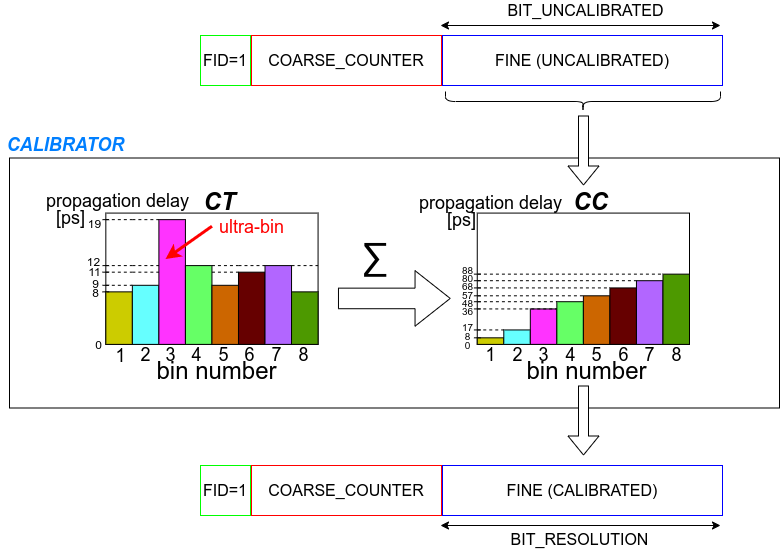
Before: 3.Main-Work/images/calibrator.png, a diagram exported from draw.io (mconsonni96/Tesi). Source tidied: cells renumbered, new cells last; positions are measured from the earlier drawing's top-left corner, leaving out a move shared by most shapes.
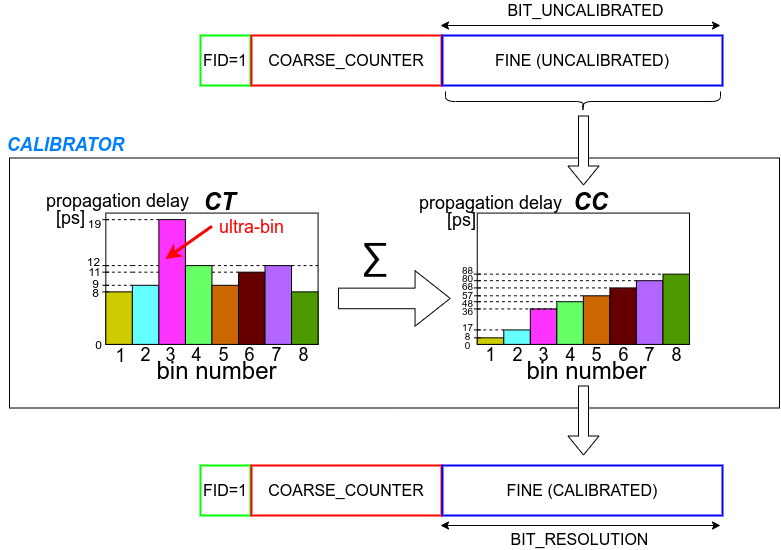
Later version of the same file.

Diff of the diagram source:
```diff
@@ -386,13 +386,13 @@
     <mxCell id="96" value="&lt;font style=&quot;font-size: 18px&quot; color=&quot;#007fff&quot;&gt;&lt;b&gt;&lt;i&gt;CALIBRATOR&lt;/i&gt;&lt;/b&gt;&lt;/font&gt;" style="text;html=1;align=center;verticalAlign=middle;fillColor=none;strokeColor=none;rounded=0;" parent="1" vertex="1">
       <mxGeometry y="172" width="130" height="20" as="geometry" />
     </mxCell>
-    <mxCell id="97" value="&lt;font style=&quot;font-size: 16px&quot; color=&quot;#000000&quot;&gt;FID=1&lt;/font&gt;" style="whiteSpace=wrap;html=1;fontSize=18;fontColor=#ffffff;strokeColor=#00FF00;fillColor=none;" parent="1" vertex="1">
+    <mxCell id="97" value="&lt;font style=&quot;font-size: 16px&quot; color=&quot;#000000&quot;&gt;FID=1&lt;/font&gt;" style="whiteSpace=wrap;html=1;fontSize=18;fontColor=#ffffff;strokeColor=#00FF00;fillColor=none;strokeWidth=2;" parent="1" vertex="1">
       <mxGeometry x="200" y="72" width="50" height="50" as="geometry" />
     </mxCell>
-    <mxCell id="98" value="&lt;font style=&quot;font-size: 16px&quot; color=&quot;#000000&quot;&gt;COARSE_COUNTER&lt;/font&gt;" style="rounded=0;whiteSpace=wrap;html=1;fontSize=18;fontColor=#007FFF;strokeColor=#FF0000;fillColor=none;" parent="1" vertex="1">
+    <mxCell id="98" value="&lt;font style=&quot;font-size: 16px&quot; color=&quot;#000000&quot;&gt;COARSE_COUNTER&lt;/font&gt;" style="rounded=0;whiteSpace=wrap;html=1;fontSize=18;fontColor=#007FFF;strokeColor=#FF0000;fillColor=none;strokeWidth=2;" parent="1" vertex="1">
       <mxGeometry x="251" y="72" width="190" height="50" as="geometry" />
     </mxCell>
-    <mxCell id="99" value="&lt;font style=&quot;font-size: 16px&quot; color=&quot;#000000&quot;&gt;FINE (UNCALIBRATED)&lt;/font&gt;" style="rounded=0;whiteSpace=wrap;html=1;fontSize=18;fontColor=#007FFF;strokeColor=#0000FF;fillColor=none;" parent="1" vertex="1">
+    <mxCell id="99" value="&lt;font style=&quot;font-size: 16px&quot; color=&quot;#000000&quot;&gt;FINE (UNCALIBRATED)&lt;/font&gt;" style="rounded=0;whiteSpace=wrap;html=1;fontSize=18;fontColor=#007FFF;strokeColor=#0000FF;fillColor=none;strokeWidth=2;" parent="1" vertex="1">
       <mxGeometry x="442" y="72" width="280" height="50" as="geometry" />
     </mxCell>
     <mxCell id="100" style="endArrow=classic;startArrow=classic;html=1;fontSize=16;fontColor=#000000;" parent="1" edge="1">
@@ -404,13 +404,13 @@
     <mxCell id="101" value="BIT_UNCALIBRATED" style="text;html=1;align=center;verticalAlign=middle;fillColor=none;strokeColor=none;rounded=0;fontSize=16;fontColor=#000000;" parent="1" vertex="1">
       <mxGeometry x="500" y="37" width="170" height="20" as="geometry" />
     </mxCell>
-    <mxCell id="102" value="&lt;font style=&quot;font-size: 16px&quot; color=&quot;#000000&quot;&gt;FID=1&lt;/font&gt;" style="whiteSpace=wrap;html=1;fontSize=18;fontColor=#ffffff;strokeColor=#00FF00;fillColor=none;" parent="1" vertex="1">
+    <mxCell id="102" value="&lt;font style=&quot;font-size: 16px&quot; color=&quot;#000000&quot;&gt;FID=1&lt;/font&gt;" style="whiteSpace=wrap;html=1;fontSize=18;fontColor=#ffffff;strokeColor=#00FF00;fillColor=none;strokeWidth=2;" parent="1" vertex="1">
       <mxGeometry x="200" y="502" width="50" height="50" as="geometry" />
     </mxCell>
-    <mxCell id="103" value="&lt;font style=&quot;font-size: 16px&quot; color=&quot;#000000&quot;&gt;COARSE_COUNTER&lt;/font&gt;" style="rounded=0;whiteSpace=wrap;html=1;fontSize=18;fontColor=#007FFF;strokeColor=#FF0000;fillColor=none;" parent="1" vertex="1">
+    <mxCell id="103" value="&lt;font style=&quot;font-size: 16px&quot; color=&quot;#000000&quot;&gt;COARSE_COUNTER&lt;/font&gt;" style="rounded=0;whiteSpace=wrap;html=1;fontSize=18;fontColor=#007FFF;strokeColor=#FF0000;fillColor=none;strokeWidth=2;" parent="1" vertex="1">
       <mxGeometry x="251" y="502" width="190" height="50" as="geometry" />
     </mxCell>
-    <mxCell id="104" value="&lt;font style=&quot;font-size: 16px&quot; color=&quot;#000000&quot;&gt;FINE (CALIBRATED)&lt;/font&gt;" style="rounded=0;whiteSpace=wrap;html=1;fontSize=18;fontColor=#007FFF;strokeColor=#0000FF;fillColor=none;" parent="1" vertex="1">
+    <mxCell id="104" value="&lt;font style=&quot;font-size: 16px&quot; color=&quot;#000000&quot;&gt;FINE (CALIBRATED)&lt;/font&gt;" style="rounded=0;whiteSpace=wrap;html=1;fontSize=18;fontColor=#007FFF;strokeColor=#0000FF;fillColor=none;strokeWidth=2;" parent="1" vertex="1">
       <mxGeometry x="442" y="502" width="280" height="50" as="geometry" />
     </mxCell>
     <mxCell id="105" style="endArrow=classic;startArrow=classic;html=1;fontSize=16;fontColor=#000000;" parent="1" edge="1">
```
